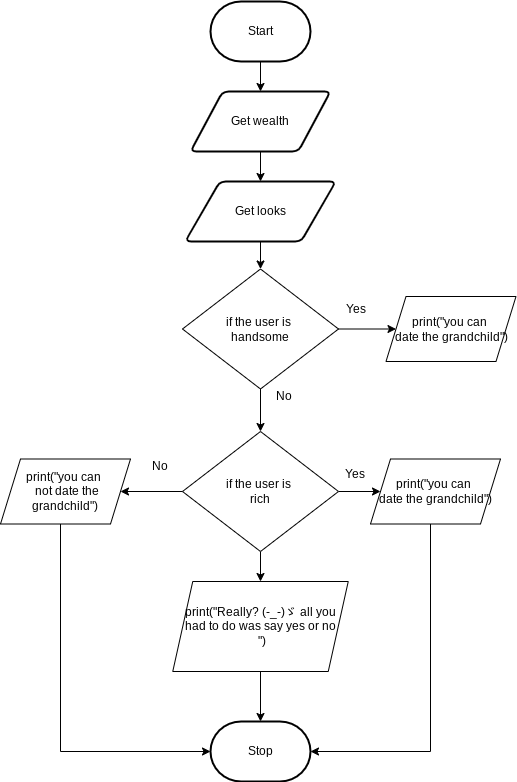
The draw.io diagram flowchart.png in Huzaifa-Khalid-2/ICS3U-Unit3-07-Python, before a commit. Source tidied: cells renumbered, new cells last; positions are measured from the earlier drawing's top-left corner, leaving out a move shared by most shapes.
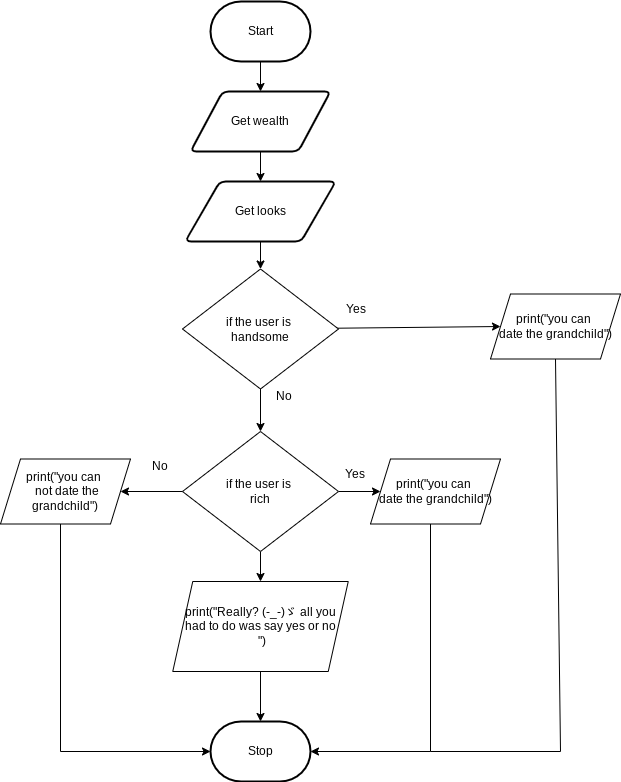
The same diagram one commit later.

Commit message:
added_flow-chart

What changed in the source:
```diff
@@ -38,7 +38,7 @@
       <mxGeometry x="254" y="380" width="60" height="30" as="geometry" />
     </mxCell>
     <mxCell id="13" value="print(&quot;you can &lt;br&gt;date the grandchild&quot;)" style="shape=parallelogram;perimeter=parallelogramPerimeter;whiteSpace=wrap;html=1;fixedSize=1;" parent="1" vertex="1">
-      <mxGeometry x="385.5" y="295" width="130" height="65" as="geometry" />
+      <mxGeometry x="490" y="292.5" width="130" height="65" as="geometry" />
     </mxCell>
     <mxCell id="14" value="Yes" style="text;html=1;strokeColor=none;fillColor=none;align=center;verticalAlign=middle;whiteSpace=wrap;rounded=0;" parent="1" vertex="1">
       <mxGeometry x="325.5" y="292.5" width="60" height="30" as="geometry" />
@@ -88,5 +88,16 @@
         </Array>
       </mxGeometry>
     </mxCell>
+    <mxCell id="27" style="endArrow=none;html=1;" parent="1" edge="1">
+      <mxGeometry relative="1" as="geometry">
+        <mxPoint x="560" y="750" as="sourcePoint" />
+        <mxPoint x="430" y="750" as="targetPoint" />
+      </mxGeometry>
+    </mxCell>
+    <mxCell id="28" style="endArrow=none;html=1;entryX=0.5;entryY=1;entryDx=0;entryDy=0;" parent="1" edge="1" target="13">
+      <mxGeometry relative="1" as="geometry">
+        <mxPoint x="560" y="750" as="sourcePoint" />
+      </mxGeometry>
+    </mxCell>
   </root>
 </mxGraphModel>
```
